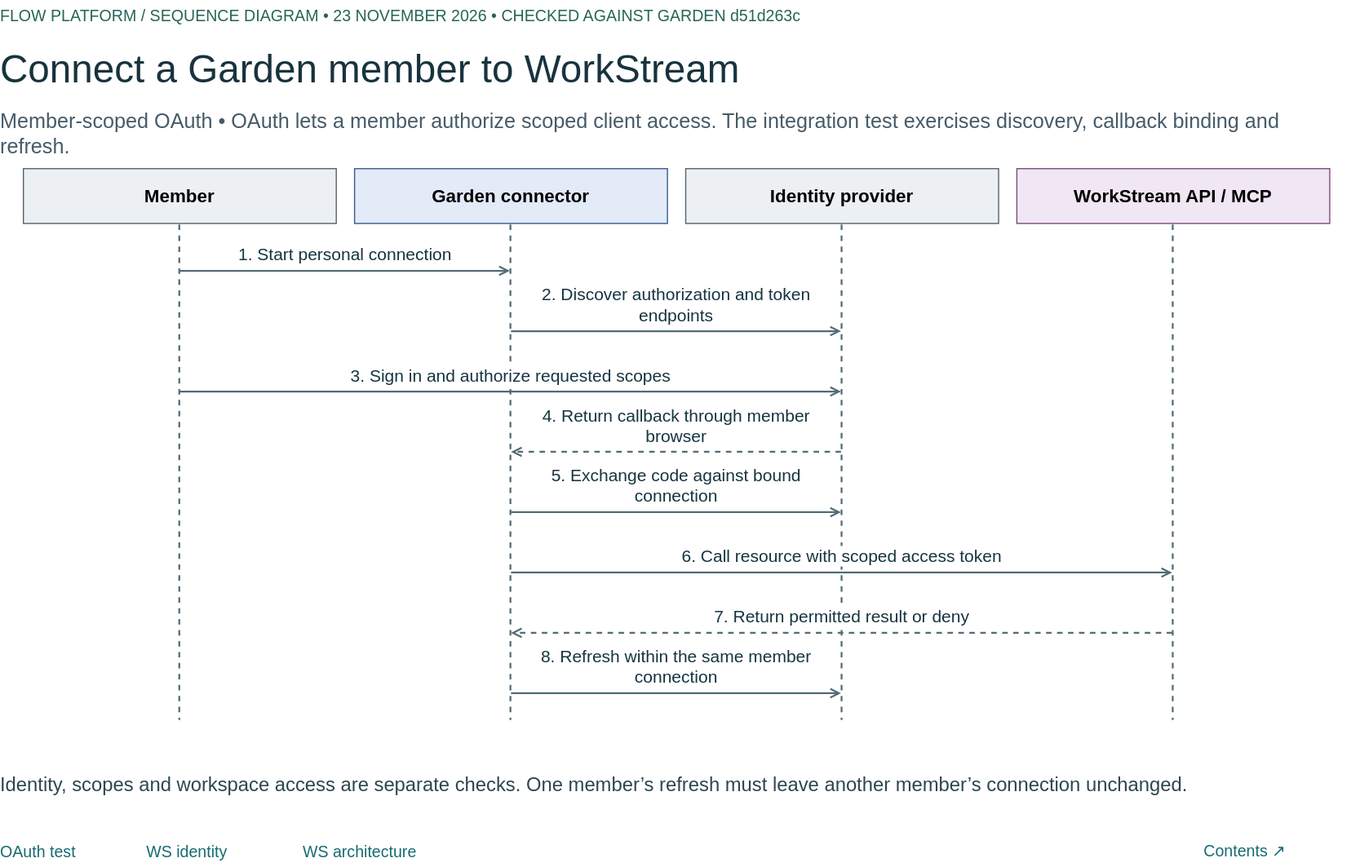
Above: docs/diagrams/garden-member-connector.drawio.svg in Flow-Research/garden (draw.io), before the change. Source tidied: cells renumbered, new cells last; positions are measured from the earlier drawing's top-left corner, leaving out a move shared by most shapes. The source it was exported from:
```xml
<mxGraphModel background="#FFFFFF">
  <root>
    <mxCell id="0" />
    <mxCell id="1" parent="0" />
    <mxCell id="2" value="FLOW PLATFORM   /   SEQUENCE DIAGRAM     •     23 NOVEMBER 2026     •     CHECKED AGAINST GARDEN d51d263c" style="text;html=1;whiteSpace=wrap;align=left;verticalAlign=middle;spacing=0;fontFamily=Helvetica;fontSize=14;fontColor=#276559;" parent="1" vertex="1">
      <mxGeometry width="1160" height="25" as="geometry" />
    </mxCell>
    <mxCell id="3" value="Connect a Garden member to WorkStream" style="text;html=1;whiteSpace=wrap;align=left;verticalAlign=middle;spacing=0;fontFamily=Helvetica;fontSize=34;fontColor=#18333D;" parent="1" vertex="1">
      <mxGeometry y="34" width="1190" height="51" as="geometry" />
    </mxCell>
    <mxCell id="4" value="Member-scoped OAuth • OAuth lets a member authorize scoped client access. The integration test exercises discovery, callback binding and refresh." style="text;html=1;whiteSpace=wrap;align=left;verticalAlign=middle;spacing=0;fontFamily=Helvetica;fontSize=18;fontColor=#465B69;" parent="1" vertex="1">
      <mxGeometry y="90" width="1180" height="53" as="geometry" />
    </mxCell>
    <mxCell id="5" value="Member" style="rounded=0;html=1;whiteSpace=wrap;fillColor=#EDF0F3;strokeColor=#50616F;fontSize=16;fontStyle=1;" parent="1" vertex="1">
      <mxGeometry x="20" y="147" width="274" height="48" as="geometry" />
    </mxCell>
    <mxCell id="6" style="shape=ellipse;opacity=0;" parent="1" vertex="1">
      <mxGeometry x="156.5" y="195.5" width="1" height="1" as="geometry" />
    </mxCell>
    <mxCell id="7" style="shape=ellipse;opacity=0;" parent="1" vertex="1">
      <mxGeometry x="156.5" y="630.5" width="1" height="1" as="geometry" />
    </mxCell>
    <mxCell id="8" style="html=1;endArrow=none;endFill=0;strokeWidth=1.6;strokeColor=#536B75;fontSize=14;fontFamily=Helvetica;labelBackgroundColor=#FFFFFF;dashed=1;" parent="1" edge="1" source="6" target="7">
      <mxGeometry relative="1" as="geometry" />
    </mxCell>
    <mxCell id="9" value="Garden connector" style="rounded=0;html=1;whiteSpace=wrap;fillColor=#E3EAF8;strokeColor=#375991;fontSize=16;fontStyle=1;" parent="1" vertex="1">
      <mxGeometry x="310" y="147" width="274" height="48" as="geometry" />
    </mxCell>
    <mxCell id="10" style="shape=ellipse;opacity=0;" parent="1" vertex="1">
      <mxGeometry x="446.5" y="195.5" width="1" height="1" as="geometry" />
    </mxCell>
    <mxCell id="11" style="shape=ellipse;opacity=0;" parent="1" vertex="1">
      <mxGeometry x="446.5" y="630.5" width="1" height="1" as="geometry" />
    </mxCell>
    <mxCell id="12" style="html=1;endArrow=none;endFill=0;strokeWidth=1.6;strokeColor=#536B75;fontSize=14;fontFamily=Helvetica;labelBackgroundColor=#FFFFFF;dashed=1;" parent="1" edge="1" source="10" target="11">
      <mxGeometry relative="1" as="geometry" />
    </mxCell>
    <mxCell id="13" value="Identity provider" style="rounded=0;html=1;whiteSpace=wrap;fillColor=#EDF0F3;strokeColor=#50616F;fontSize=16;fontStyle=1;" parent="1" vertex="1">
      <mxGeometry x="600" y="147" width="274" height="48" as="geometry" />
    </mxCell>
    <mxCell id="14" style="shape=ellipse;opacity=0;" parent="1" vertex="1">
      <mxGeometry x="736.5" y="195.5" width="1" height="1" as="geometry" />
    </mxCell>
    <mxCell id="15" style="shape=ellipse;opacity=0;" parent="1" vertex="1">
      <mxGeometry x="736.5" y="630.5" width="1" height="1" as="geometry" />
    </mxCell>
    <mxCell id="16" style="html=1;endArrow=none;endFill=0;strokeWidth=1.6;strokeColor=#536B75;fontSize=14;fontFamily=Helvetica;labelBackgroundColor=#FFFFFF;dashed=1;" parent="1" edge="1" source="14" target="15">
      <mxGeometry relative="1" as="geometry" />
    </mxCell>
    <mxCell id="17" value="WorkStream API / MCP" style="rounded=0;html=1;whiteSpace=wrap;fillColor=#F1E6F3;strokeColor=#784B7C;fontSize=16;fontStyle=1;" parent="1" vertex="1">
      <mxGeometry x="890" y="147" width="274" height="48" as="geometry" />
    </mxCell>
    <mxCell id="18" style="shape=ellipse;opacity=0;" parent="1" vertex="1">
      <mxGeometry x="1026.5" y="195.5" width="1" height="1" as="geometry" />
    </mxCell>
    <mxCell id="19" style="shape=ellipse;opacity=0;" parent="1" vertex="1">
      <mxGeometry x="1026.5" y="630.5" width="1" height="1" as="geometry" />
    </mxCell>
    <mxCell id="20" style="html=1;endArrow=none;endFill=0;strokeWidth=1.6;strokeColor=#536B75;fontSize=14;fontFamily=Helvetica;labelBackgroundColor=#FFFFFF;dashed=1;" parent="1" edge="1" source="18" target="19">
      <mxGeometry relative="1" as="geometry" />
    </mxCell>
    <mxCell id="21" style="shape=ellipse;opacity=0;" parent="1" vertex="1">
      <mxGeometry x="156.5" y="236.5" width="1" height="1" as="geometry" />
    </mxCell>
    <mxCell id="22" style="shape=ellipse;opacity=0;" parent="1" vertex="1">
      <mxGeometry x="446.5" y="236.5" width="1" height="1" as="geometry" />
    </mxCell>
    <mxCell id="23" style="html=1;endArrow=open;endFill=0;strokeWidth=1.6;strokeColor=#536B75;fontSize=14;fontFamily=Helvetica;labelBackgroundColor=#FFFFFF;dashed=0;" parent="1" edge="1" source="21" target="22">
      <mxGeometry relative="1" as="geometry" />
    </mxCell>
    <mxCell id="24" value="1. Start personal connection" style="text;html=1;whiteSpace=wrap;align=center;verticalAlign=bottom;fontSize=15;fontFamily=Helvetica;fontColor=#163540;labelBackgroundColor=#ffffff;" parent="1" vertex="1">
      <mxGeometry x="160" y="197" width="284" height="37" as="geometry" />
    </mxCell>
    <mxCell id="25" style="shape=ellipse;opacity=0;" parent="1" vertex="1">
      <mxGeometry x="446.5" y="289.4" width="1" height="1" as="geometry" />
    </mxCell>
    <mxCell id="26" style="shape=ellipse;opacity=0;" parent="1" vertex="1">
      <mxGeometry x="736.5" y="289.4" width="1" height="1" as="geometry" />
    </mxCell>
    <mxCell id="27" style="html=1;endArrow=open;endFill=0;strokeWidth=1.6;strokeColor=#536B75;fontSize=14;fontFamily=Helvetica;labelBackgroundColor=#FFFFFF;dashed=0;" parent="1" edge="1" source="25" target="26">
      <mxGeometry relative="1" as="geometry" />
    </mxCell>
    <mxCell id="28" value="2. Discover authorization and token endpoints" style="text;html=1;whiteSpace=wrap;align=center;verticalAlign=bottom;fontSize=15;fontFamily=Helvetica;fontColor=#163540;labelBackgroundColor=#ffffff;" parent="1" vertex="1">
      <mxGeometry x="450" y="249.9" width="284" height="37" as="geometry" />
    </mxCell>
    <mxCell id="29" style="shape=ellipse;opacity=0;" parent="1" vertex="1">
      <mxGeometry x="156.5" y="342.2" width="1" height="1" as="geometry" />
    </mxCell>
    <mxCell id="30" style="shape=ellipse;opacity=0;" parent="1" vertex="1">
      <mxGeometry x="736.5" y="342.2" width="1" height="1" as="geometry" />
    </mxCell>
    <mxCell id="31" style="html=1;endArrow=open;endFill=0;strokeWidth=1.6;strokeColor=#536B75;fontSize=14;fontFamily=Helvetica;labelBackgroundColor=#FFFFFF;dashed=0;" parent="1" edge="1" source="29" target="30">
      <mxGeometry relative="1" as="geometry" />
    </mxCell>
    <mxCell id="32" value="3. Sign in and authorize requested scopes" style="text;html=1;whiteSpace=wrap;align=center;verticalAlign=bottom;fontSize=15;fontFamily=Helvetica;fontColor=#163540;labelBackgroundColor=#ffffff;" parent="1" vertex="1">
      <mxGeometry x="160" y="302.7" width="574" height="37" as="geometry" />
    </mxCell>
    <mxCell id="33" style="shape=ellipse;opacity=0;" parent="1" vertex="1">
      <mxGeometry x="736.5" y="395.1" width="1" height="1" as="geometry" />
    </mxCell>
    <mxCell id="34" style="shape=ellipse;opacity=0;" parent="1" vertex="1">
      <mxGeometry x="446.5" y="395.1" width="1" height="1" as="geometry" />
    </mxCell>
    <mxCell id="35" style="html=1;endArrow=open;endFill=0;strokeWidth=1.6;strokeColor=#536B75;fontSize=14;fontFamily=Helvetica;labelBackgroundColor=#FFFFFF;dashed=1;" parent="1" edge="1" source="33" target="34">
      <mxGeometry relative="1" as="geometry" />
    </mxCell>
    <mxCell id="36" value="4. Return callback through member browser" style="text;html=1;whiteSpace=wrap;align=center;verticalAlign=bottom;fontSize=15;fontFamily=Helvetica;fontColor=#163540;labelBackgroundColor=#ffffff;" parent="1" vertex="1">
      <mxGeometry x="450" y="355.6" width="284" height="37" as="geometry" />
    </mxCell>
    <mxCell id="37" style="shape=ellipse;opacity=0;" parent="1" vertex="1">
      <mxGeometry x="446.5" y="447.9" width="1" height="1" as="geometry" />
    </mxCell>
    <mxCell id="38" style="shape=ellipse;opacity=0;" parent="1" vertex="1">
      <mxGeometry x="736.5" y="447.9" width="1" height="1" as="geometry" />
    </mxCell>
    <mxCell id="39" style="html=1;endArrow=open;endFill=0;strokeWidth=1.6;strokeColor=#536B75;fontSize=14;fontFamily=Helvetica;labelBackgroundColor=#FFFFFF;dashed=0;" parent="1" edge="1" source="37" target="38">
      <mxGeometry relative="1" as="geometry" />
    </mxCell>
    <mxCell id="40" value="5. Exchange code against bound connection" style="text;html=1;whiteSpace=wrap;align=center;verticalAlign=bottom;fontSize=15;fontFamily=Helvetica;fontColor=#163540;labelBackgroundColor=#ffffff;" parent="1" vertex="1">
      <mxGeometry x="450" y="408.4" width="284" height="37" as="geometry" />
    </mxCell>
    <mxCell id="41" style="shape=ellipse;opacity=0;" parent="1" vertex="1">
      <mxGeometry x="446.5" y="500.8" width="1" height="1" as="geometry" />
    </mxCell>
    <mxCell id="42" style="shape=ellipse;opacity=0;" parent="1" vertex="1">
      <mxGeometry x="1026.5" y="500.8" width="1" height="1" as="geometry" />
    </mxCell>
    <mxCell id="43" style="html=1;endArrow=open;endFill=0;strokeWidth=1.6;strokeColor=#536B75;fontSize=14;fontFamily=Helvetica;labelBackgroundColor=#FFFFFF;dashed=0;" parent="1" edge="1" source="41" target="42">
      <mxGeometry relative="1" as="geometry" />
    </mxCell>
    <mxCell id="44" value="6. Call resource with scoped access token" style="text;html=1;whiteSpace=wrap;align=center;verticalAlign=bottom;fontSize=15;fontFamily=Helvetica;fontColor=#163540;labelBackgroundColor=#ffffff;" parent="1" vertex="1">
      <mxGeometry x="450" y="461.3" width="574" height="37" as="geometry" />
    </mxCell>
    <mxCell id="45" style="shape=ellipse;opacity=0;" parent="1" vertex="1">
      <mxGeometry x="1026.5" y="553.6" width="1" height="1" as="geometry" />
    </mxCell>
    <mxCell id="46" style="shape=ellipse;opacity=0;" parent="1" vertex="1">
      <mxGeometry x="446.5" y="553.6" width="1" height="1" as="geometry" />
    </mxCell>
    <mxCell id="47" style="html=1;endArrow=open;endFill=0;strokeWidth=1.6;strokeColor=#536B75;fontSize=14;fontFamily=Helvetica;labelBackgroundColor=#FFFFFF;dashed=1;" parent="1" edge="1" source="45" target="46">
      <mxGeometry relative="1" as="geometry" />
    </mxCell>
    <mxCell id="48" value="7. Return permitted result or deny" style="text;html=1;whiteSpace=wrap;align=center;verticalAlign=bottom;fontSize=15;fontFamily=Helvetica;fontColor=#163540;labelBackgroundColor=#ffffff;" parent="1" vertex="1">
      <mxGeometry x="450" y="514.1" width="574" height="37" as="geometry" />
    </mxCell>
    <mxCell id="49" style="shape=ellipse;opacity=0;" parent="1" vertex="1">
      <mxGeometry x="446.5" y="606.5" width="1" height="1" as="geometry" />
    </mxCell>
    <mxCell id="50" style="shape=ellipse;opacity=0;" parent="1" vertex="1">
      <mxGeometry x="736.5" y="606.5" width="1" height="1" as="geometry" />
    </mxCell>
    <mxCell id="51" style="html=1;endArrow=open;endFill=0;strokeWidth=1.6;strokeColor=#536B75;fontSize=14;fontFamily=Helvetica;labelBackgroundColor=#FFFFFF;dashed=0;" parent="1" edge="1" source="49" target="50">
      <mxGeometry relative="1" as="geometry" />
    </mxCell>
    <mxCell id="52" value="8. Refresh within the same member connection" style="text;html=1;whiteSpace=wrap;align=center;verticalAlign=bottom;fontSize=15;fontFamily=Helvetica;fontColor=#163540;labelBackgroundColor=#ffffff;" parent="1" vertex="1">
      <mxGeometry x="450" y="567" width="284" height="37" as="geometry" />
    </mxCell>
    <mxCell id="53" value="Identity, scopes and workspace access are separate checks. One member’s refresh must leave another member’s connection unchanged." style="text;html=1;whiteSpace=wrap;align=left;verticalAlign=middle;spacing=0;fontFamily=Helvetica;fontSize=17;fontColor=#2D4650;" parent="1" vertex="1">
      <mxGeometry y="665" width="1180" height="46" as="geometry" />
    </mxCell>
    <mxCell id="54" value="OAuth test" style="text;html=1;whiteSpace=wrap;align=left;verticalAlign=middle;spacing=0;fontFamily=Helvetica;fontSize=14;fontColor=#166B72;" parent="1" vertex="1">
      <mxGeometry y="734" width="106" height="24" as="geometry" />
    </mxCell>
    <mxCell id="55" value="WS identity" style="text;html=1;whiteSpace=wrap;align=left;verticalAlign=middle;spacing=0;fontFamily=Helvetica;fontSize=14;fontColor=#166B72;" parent="1" vertex="1">
      <mxGeometry x="128" y="734" width="114.8" height="24" as="geometry" />
    </mxCell>
    <mxCell id="56" value="WS architecture" style="text;html=1;whiteSpace=wrap;align=left;verticalAlign=middle;spacing=0;fontFamily=Helvetica;fontSize=14;fontColor=#166B72;" parent="1" vertex="1">
      <mxGeometry x="264.8" y="734" width="150" height="24" as="geometry" />
    </mxCell>
    <mxCell id="57" value="Contents ↗" style="text;html=1;whiteSpace=wrap;align=left;verticalAlign=middle;spacing=0;fontFamily=Helvetica;fontSize=14;fontColor=#166B72;" parent="1" vertex="1">
      <mxGeometry x="1054" y="732" width="125" height="26" as="geometry" />
    </mxCell>
  </root>
</mxGraphModel>
```
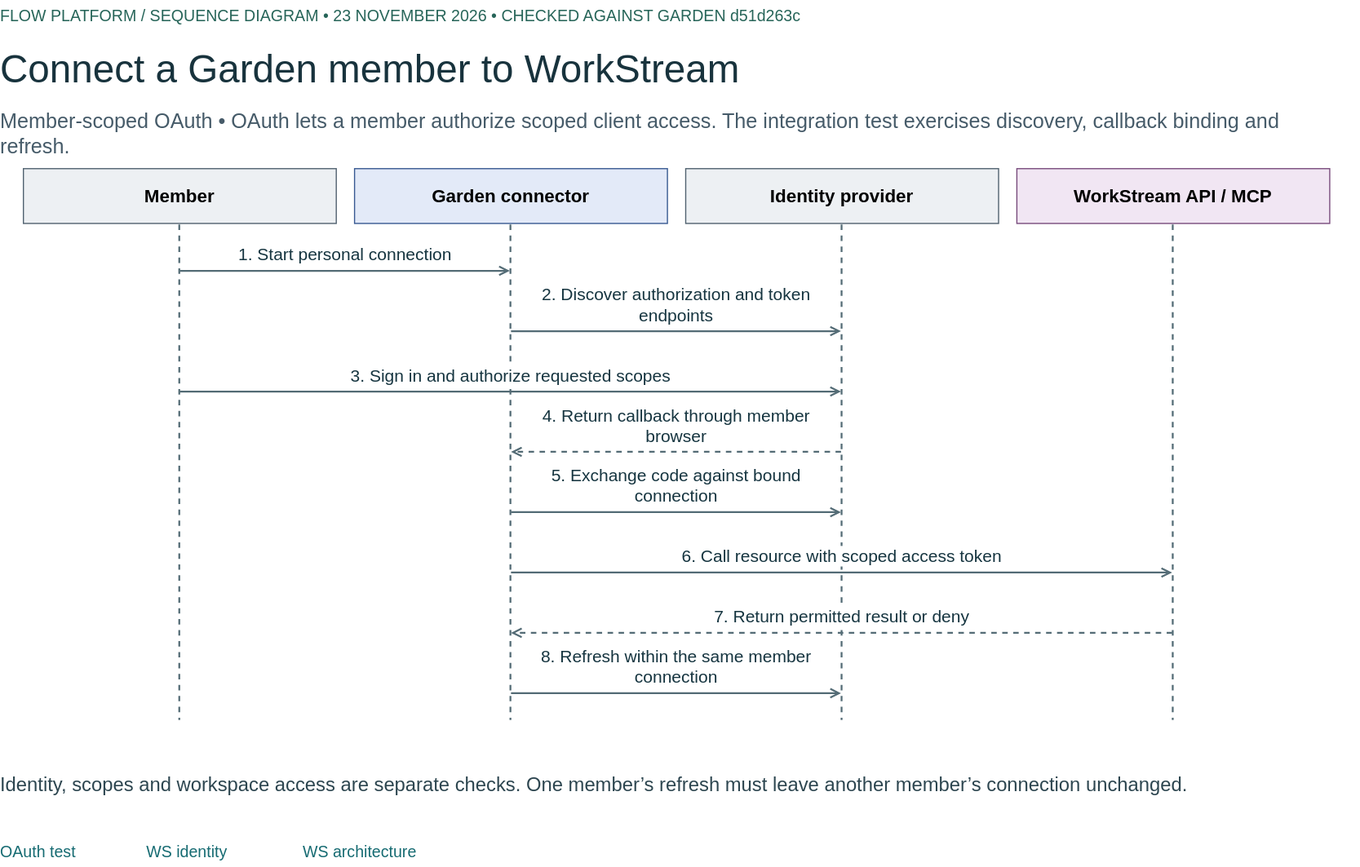
The same diagram one commit later.

Change to the diagram source:
```diff
@@ -167,8 +167,5 @@
     <mxCell id="56" value="WS architecture" style="text;html=1;whiteSpace=wrap;align=left;verticalAlign=middle;spacing=0;fontFamily=Helvetica;fontSize=14;fontColor=#166B72;" parent="1" vertex="1">
       <mxGeometry x="264.8" y="734" width="150" height="24" as="geometry" />
     </mxCell>
-    <mxCell id="57" value="Contents ↗" style="text;html=1;whiteSpace=wrap;align=left;verticalAlign=middle;spacing=0;fontFamily=Helvetica;fontSize=14;fontColor=#166B72;" parent="1" vertex="1">
-      <mxGeometry x="1054" y="732" width="125" height="26" as="geometry" />
-    </mxCell>
   </root>
 </mxGraphModel>
```
